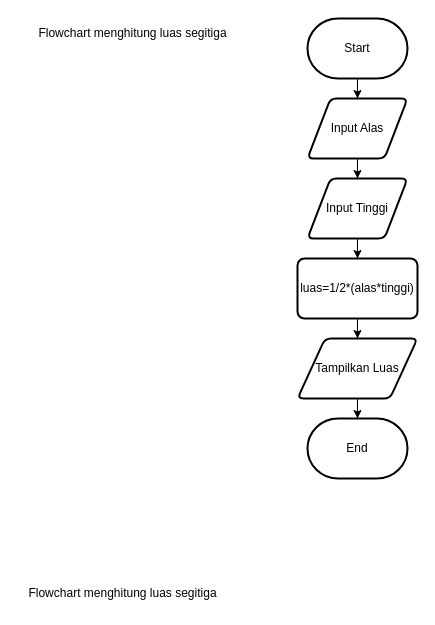
Mufty-arifin/Dibimbing keeps this draw.io diagram as page "flowchart menghitung luas segitiga" (1 of 2) of Tugas Flowchart.drawio. Above is the earlier version. Source tidied: cells renumbered, new cells numbered last; positions are measured from the earlier drawing's top-left corner, leaving out a move shared by most shapes. Both pictures are drawn from the tidied source at 100%, with x=0, y=0 at pixel (17, 18).
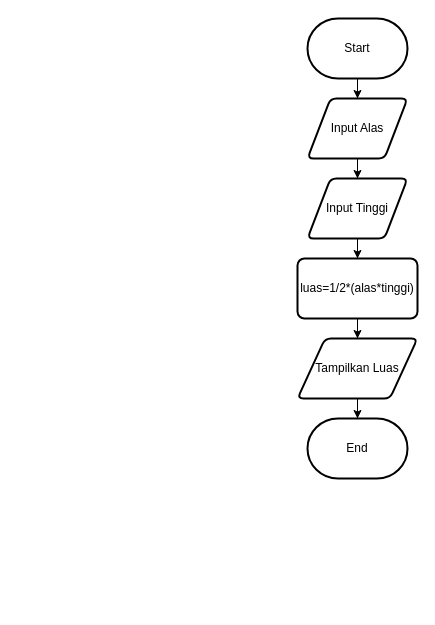
The same page after the edit.

Change to the diagram source:
```diff
@@
 <mxGraphModel>
   <root>
     <mxCell id="0" />
     <mxCell id="1" parent="0" />
     <mxCell id="2" style="edgeStyle=orthogonalEdgeStyle;rounded=0;jettySize=auto;html=1;" parent="1" edge="1" source="3" target="8">
       <mxGeometry relative="1" as="geometry" />
     </mxCell>
     <mxCell id="3" value="Start" style="strokeWidth=2;html=1;shape=mxgraph.flowchart.terminator;whiteSpace=wrap;" parent="1" vertex="1">
       <mxGeometry x="290" width="100" height="60" as="geometry" />
     </mxCell>
     <mxCell id="4" style="edgeStyle=orthogonalEdgeStyle;rounded=0;jettySize=auto;html=1;entryX=0.5;entryY=0;entryDx=0;entryDy=0;" parent="1" edge="1" source="5" target="12">
       <mxGeometry relative="1" as="geometry" />
     </mxCell>
     <mxCell id="5" value="luas=1/2*(alas*tinggi)" style="rounded=1;whiteSpace=wrap;html=1;absoluteArcSize=1;arcSize=14;strokeWidth=2;" parent="1" vertex="1">
       <mxGeometry x="280" y="240" width="120" height="60" as="geometry" />
     </mxCell>
     <mxCell id="6" value="End" style="strokeWidth=2;html=1;shape=mxgraph.flowchart.terminator;whiteSpace=wrap;" parent="1" vertex="1">
       <mxGeometry x="290" y="400" width="100" height="60" as="geometry" />
     </mxCell>
     <mxCell id="7" style="edgeStyle=orthogonalEdgeStyle;rounded=0;jettySize=auto;html=1;" parent="1" edge="1" source="8" target="10">
       <mxGeometry relative="1" as="geometry" />
     </mxCell>
     <mxCell id="8" value="Input Alas" style="shape=parallelogram;html=1;strokeWidth=2;perimeter=parallelogramPerimeter;whiteSpace=wrap;rounded=1;arcSize=12;size=0.23;" parent="1" vertex="1">
       <mxGeometry x="290" y="80" width="100" height="60" as="geometry" />
     </mxCell>
     <mxCell id="9" style="edgeStyle=orthogonalEdgeStyle;rounded=0;jettySize=auto;html=1;" parent="1" edge="1" source="10" target="5">
       <mxGeometry relative="1" as="geometry" />
     </mxCell>
     <mxCell id="10" value="Input Tinggi" style="shape=parallelogram;html=1;strokeWidth=2;perimeter=parallelogramPerimeter;whiteSpace=wrap;rounded=1;arcSize=12;size=0.23;" parent="1" vertex="1">
       <mxGeometry x="290" y="160" width="100" height="60" as="geometry" />
     </mxCell>
     <mxCell id="11" style="edgeStyle=orthogonalEdgeStyle;rounded=0;jettySize=auto;html=1;" parent="1" edge="1" source="12" target="6">
       <mxGeometry relative="1" as="geometry" />
     </mxCell>
     <mxCell id="12" value="Tampilkan Luas" style="shape=parallelogram;html=1;strokeWidth=2;perimeter=parallelogramPerimeter;whiteSpace=wrap;rounded=1;arcSize=12;size=0.23;" parent="1" vertex="1">
       <mxGeometry x="280" y="320" width="120" height="60" as="geometry" />
     </mxCell>
-    <mxCell id="13" value="Flowchart menghitung luas segitiga" style="text;html=1;align=center;verticalAlign=middle;strokeColor=none;fillColor=none;" parent="1" vertex="1">
-      <mxGeometry x="10" width="210" height="30" as="geometry" />
-    </mxCell>
-    <mxCell id="14" value="Flowchart menghitung luas segitiga" style="text;html=1;align=center;verticalAlign=middle;strokeColor=none;fillColor=none;" parent="1" vertex="1">
-      <mxGeometry y="560" width="210" height="30" as="geometry" />
-    </mxCell>
   </root>
 </mxGraphModel>
```
